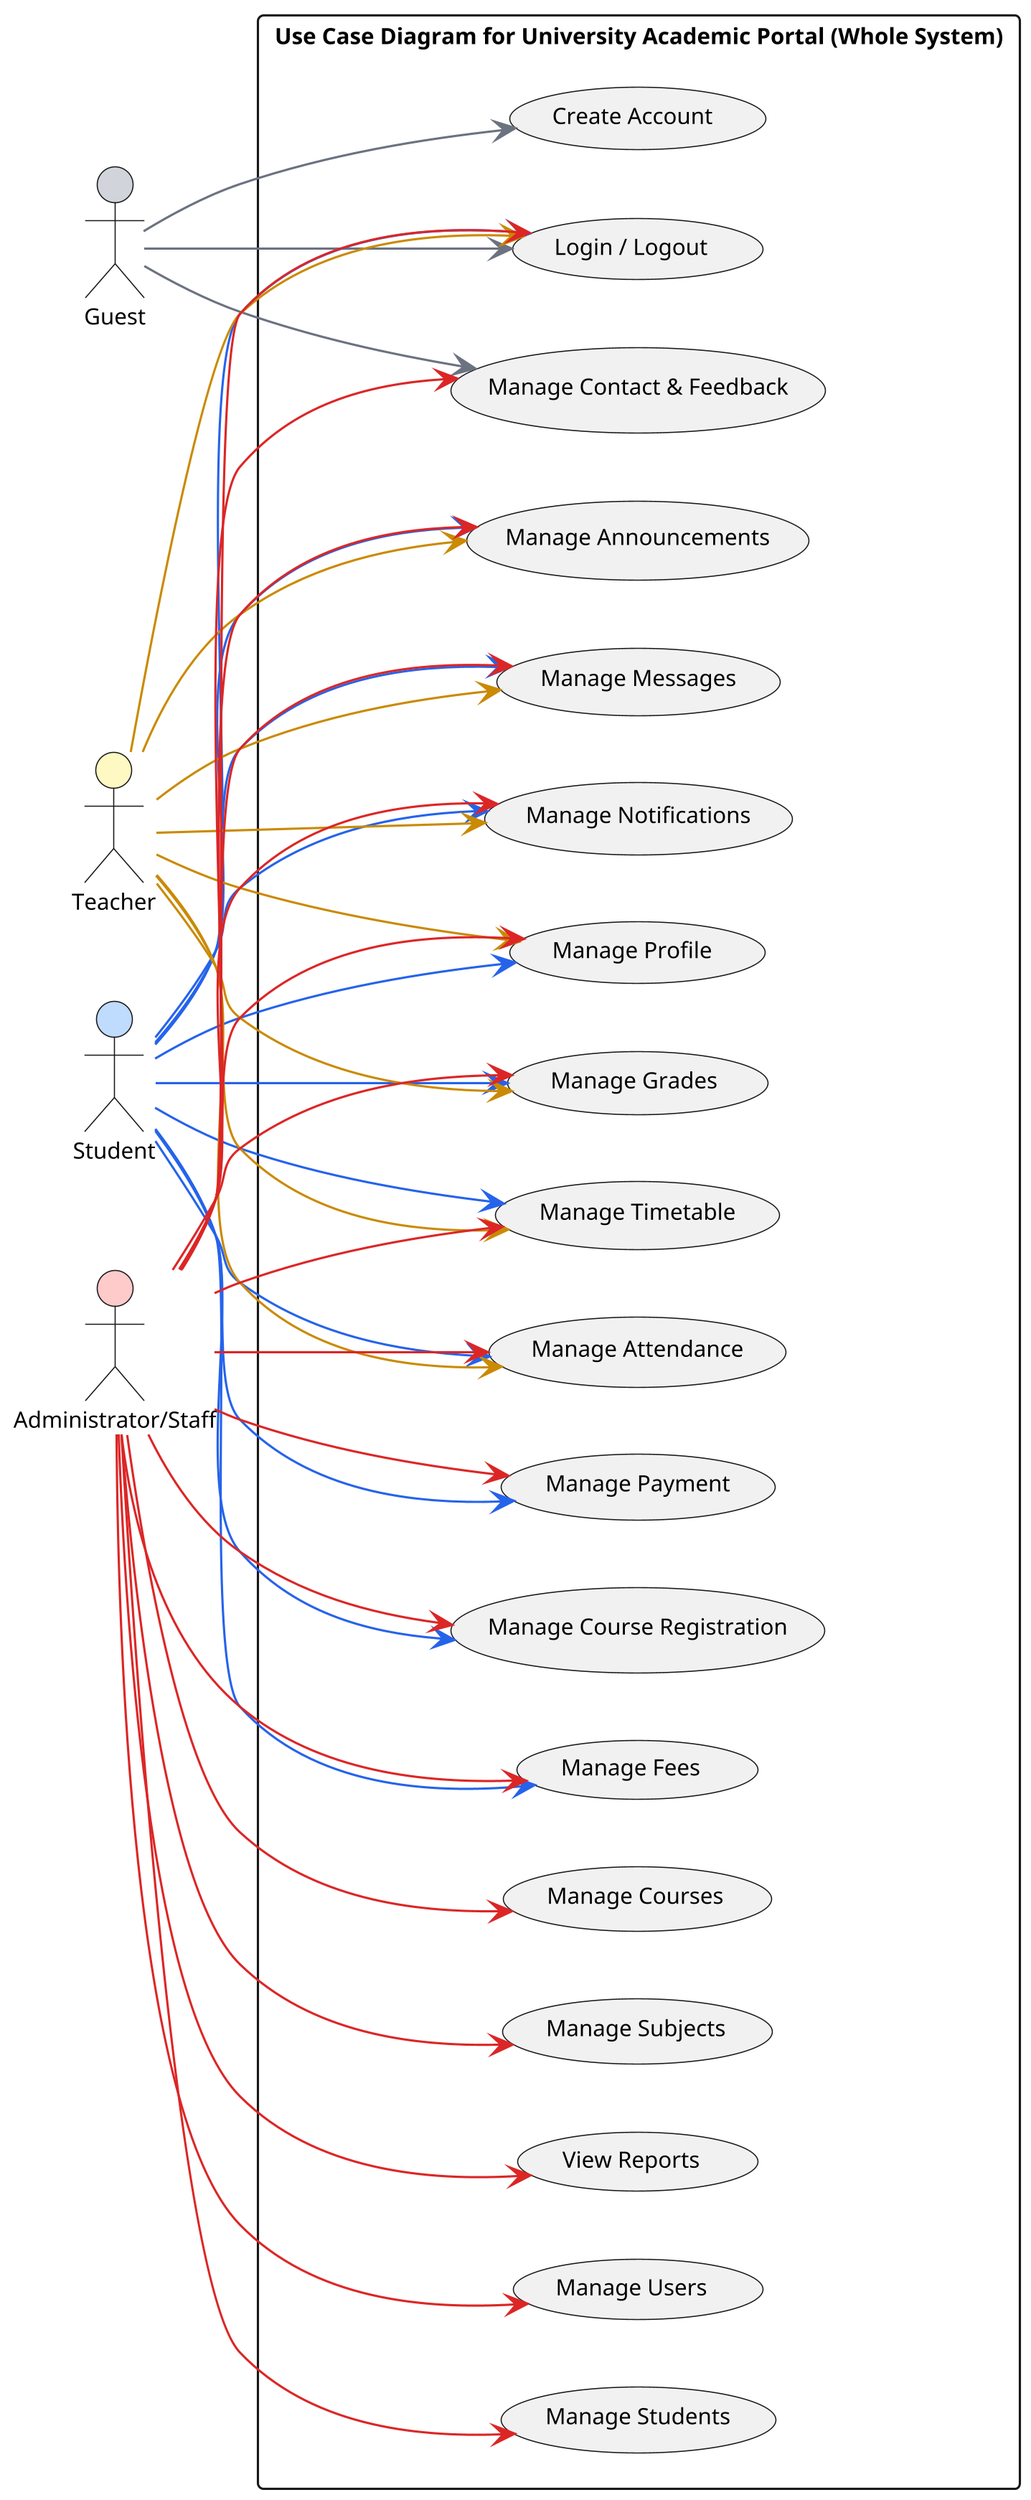
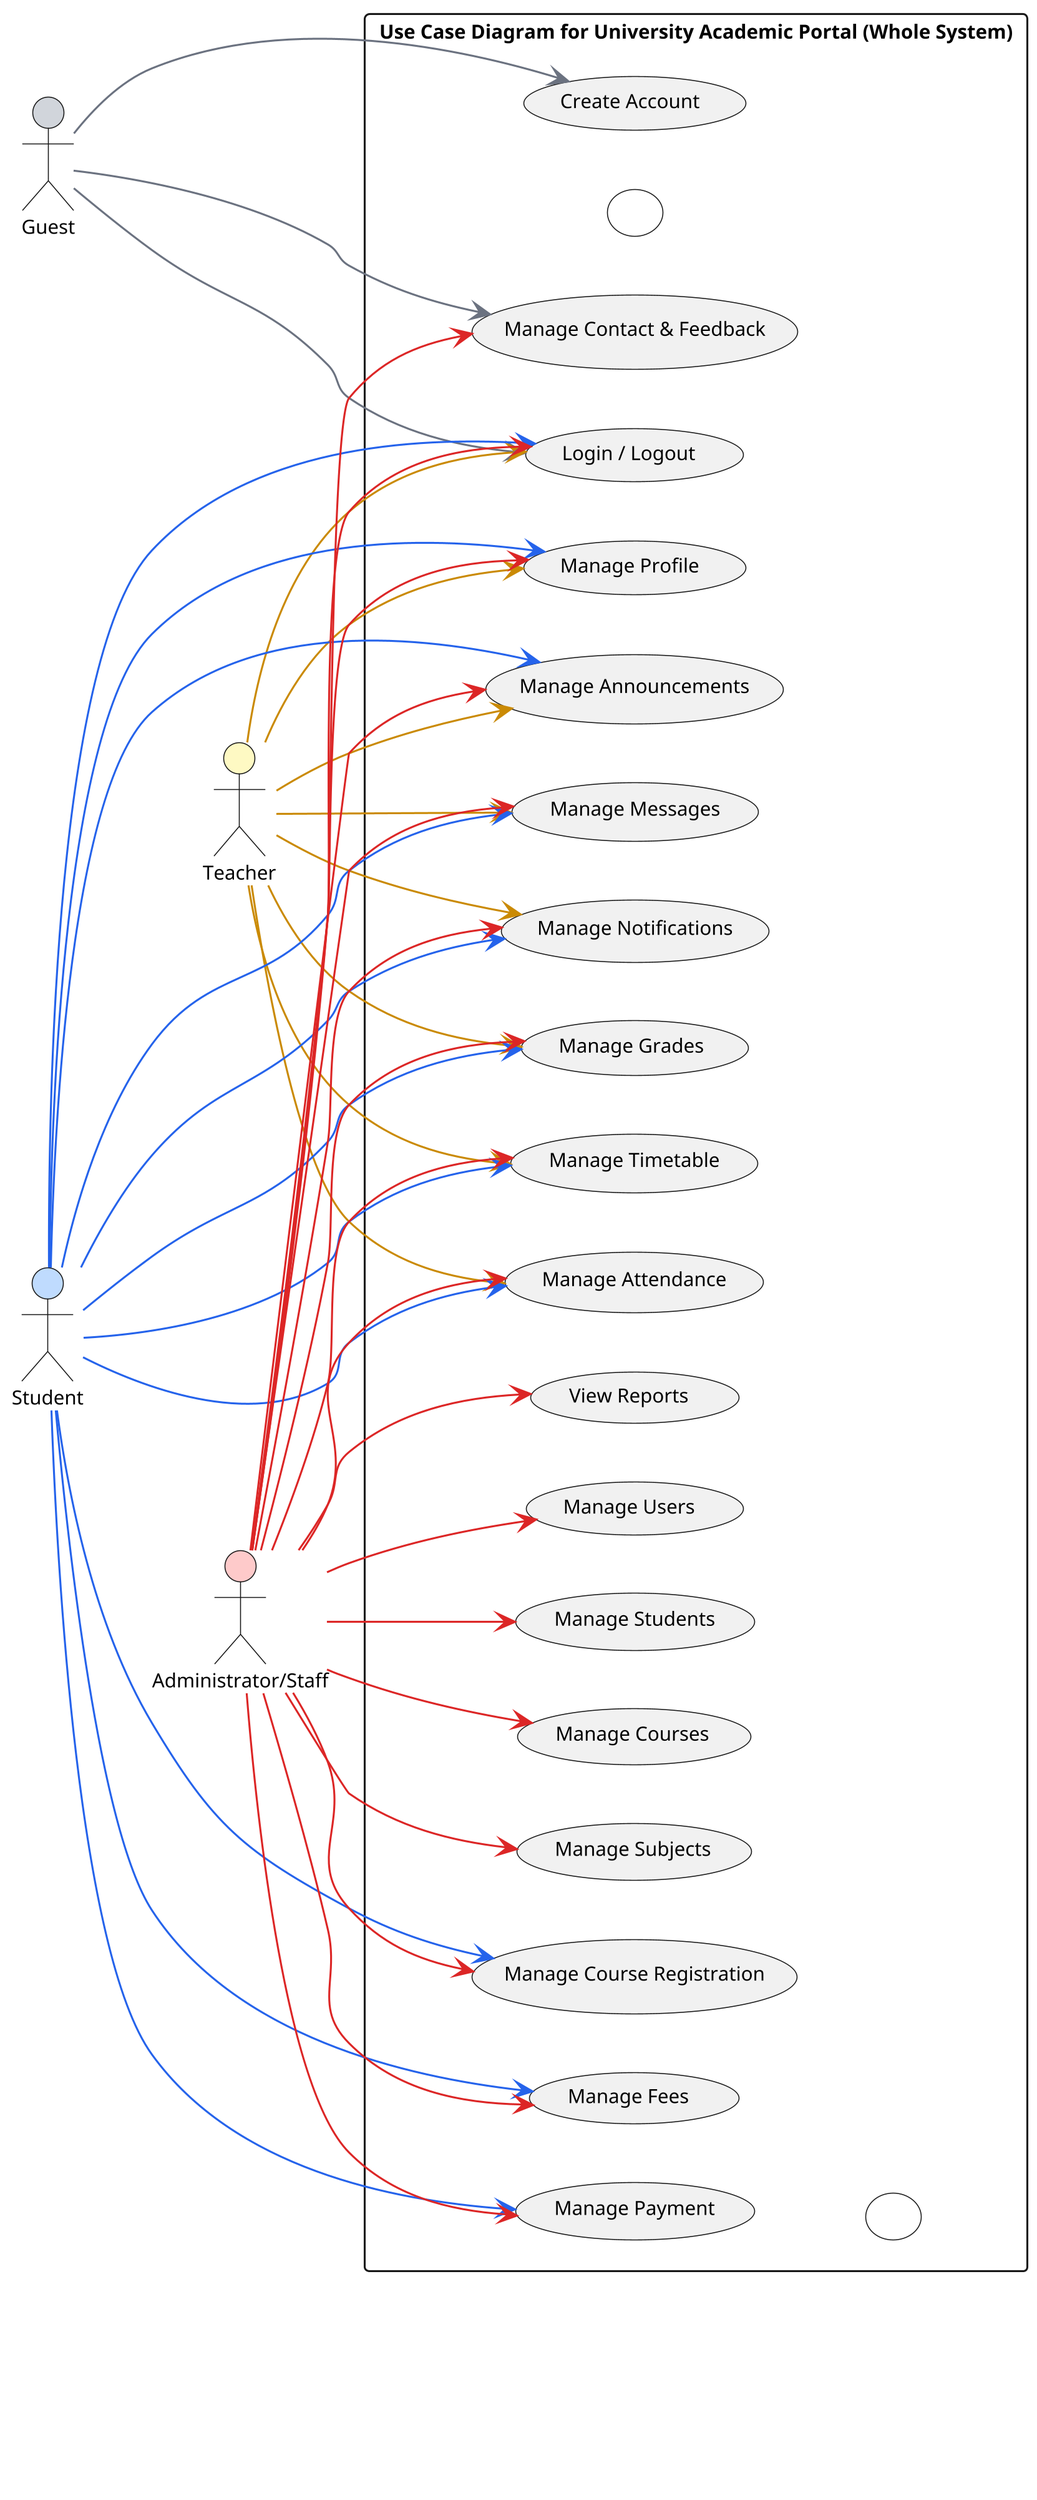
@startuml WholeSystem_UseCaseDiagram
left to right direction
skinparam packageStyle rectangle
skinparam shadowing false
skinparam dpi 300

- ' Balanced size
scale 1.0
skinparam defaultFontSize 10
- 
- ' Moderate spacing (not too tight, not too wide)
skinparam ranksep 35
skinparam nodesep 30
skinparam RectanglePadding 12

+ ' Actors
actor Guest #D1D5DB
+ actor Teacher #FEF9C3
actor Student #BFDBFE
- actor Teacher #FEF9C3
actor "Administrator/Staff" as Staff #FECACA

rectangle "Use Case Diagram for University Academic Portal (Whole System)" #FFFFFF {
+ 
+   ' --- Invisible anchors (force left/right placement) ---
+   usecase " " as UC_LeftAnchor  #transparent
+   usecase " " as UC_RightAnchor #transparent
+   UC_LeftAnchor -[hidden]-> UC_RightAnchor
+ 
+   ' --- Real use cases ---
  usecase "Create Account" as UC_CreateAccount
  usecase "Login / Logout" as UC_LoginLogout
  usecase "Manage Profile" as UC_ManageProfile
  usecase "Manage Users" as UC_ManageUsers
  usecase "Manage Students" as UC_ManageStudents
  usecase "Manage Courses" as UC_ManageCourses
  usecase "Manage Subjects" as UC_ManageSubjects
  usecase "Manage Course Registration" as UC_ManageCourseRegistration
  usecase "Manage Grades" as UC_ManageGrades
  usecase "Manage Fees" as UC_ManageFees
  usecase "Manage Payment" as UC_ManagePayment
  usecase "Manage Timetable" as UC_ManageTimetable
  usecase "Manage Attendance" as UC_ManageAttendance
  usecase "Manage Announcements" as UC_ManageAnnouncements
  usecase "Manage Messages" as UC_ManageMessages
  usecase "Manage Contact & Feedback" as UC_ManageContactFeedback
  usecase "Manage Notifications" as UC_ManageNotifications
  usecase "View Reports" as UC_ViewReports
}

+ ' ---- FORCE SIDES (hidden links to anchors) ----
+ Guest  -[hidden]-> UC_LeftAnchor
+ Teacher-[hidden]-> UC_LeftAnchor
+ 
+ Student-[hidden]-> UC_RightAnchor
+ Staff  -[hidden]-> UC_RightAnchor
+ 
+ ' Optional: keep each side stacked nicely
+ Guest -[hidden]-> Teacher
+ Student -[hidden]-> Staff
+ 
+ ' ---------------- CONNECTIONS ----------------
+ 
' Guest
Guest -[#6B7280]-> UC_CreateAccount
Guest -[#6B7280]-> UC_LoginLogout
Guest -[#6B7280]-> UC_ManageContactFeedback
+ 
+ ' Teacher
+ Teacher -[#CA8A04]-> UC_LoginLogout
+ Teacher -[#CA8A04]-> UC_ManageProfile
+ Teacher -[#CA8A04]-> UC_ManageGrades
+ Teacher -[#CA8A04]-> UC_ManageTimetable
+ Teacher -[#CA8A04]-> UC_ManageAttendance
+ Teacher -[#CA8A04]-> UC_ManageAnnouncements
+ Teacher -[#CA8A04]-> UC_ManageMessages
+ Teacher -[#CA8A04]-> UC_ManageNotifications

' Student
Student -[#2563EB]-> UC_LoginLogout
Student -[#2563EB]-> UC_ManageProfile
Student -[#2563EB]-> UC_ManageCourseRegistration
Student -[#2563EB]-> UC_ManageGrades
Student -[#2563EB]-> UC_ManageFees
Student -[#2563EB]-> UC_ManagePayment
Student -[#2563EB]-> UC_ManageTimetable
Student -[#2563EB]-> UC_ManageAttendance
Student -[#2563EB]-> UC_ManageAnnouncements
Student -[#2563EB]-> UC_ManageMessages
Student -[#2563EB]-> UC_ManageNotifications
- 
- ' Teacher
- Teacher -[#CA8A04]-> UC_LoginLogout
- Teacher -[#CA8A04]-> UC_ManageProfile
- Teacher -[#CA8A04]-> UC_ManageGrades
- Teacher -[#CA8A04]-> UC_ManageTimetable
- Teacher -[#CA8A04]-> UC_ManageAttendance
- Teacher -[#CA8A04]-> UC_ManageAnnouncements
- Teacher -[#CA8A04]-> UC_ManageMessages
- Teacher -[#CA8A04]-> UC_ManageNotifications

' Administrator / Staff
Staff -[#DC2626]-> UC_LoginLogout
Staff -[#DC2626]-> UC_ManageProfile
Staff -[#DC2626]-> UC_ManageUsers
Staff -[#DC2626]-> UC_ManageStudents
Staff -[#DC2626]-> UC_ManageCourses
Staff -[#DC2626]-> UC_ManageSubjects
Staff -[#DC2626]-> UC_ManageCourseRegistration
Staff -[#DC2626]-> UC_ManageGrades
Staff -[#DC2626]-> UC_ManageFees
Staff -[#DC2626]-> UC_ManagePayment
Staff -[#DC2626]-> UC_ManageTimetable
Staff -[#DC2626]-> UC_ManageAttendance
Staff -[#DC2626]-> UC_ManageAnnouncements
Staff -[#DC2626]-> UC_ManageMessages
Staff -[#DC2626]-> UC_ManageContactFeedback
Staff -[#DC2626]-> UC_ManageNotifications
Staff -[#DC2626]-> UC_ViewReports

@enduml
